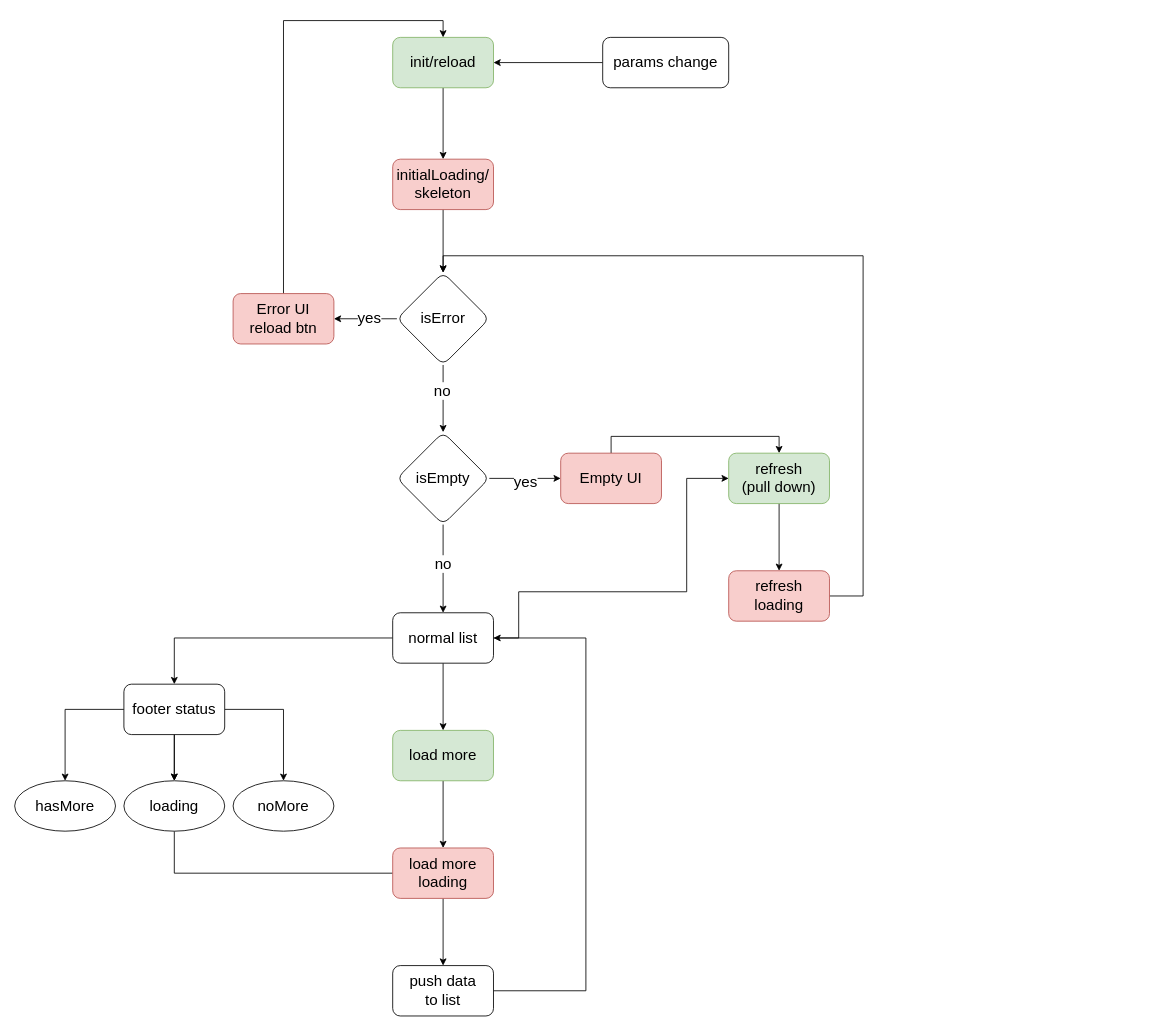
blankul/drawio keeps this draw.io diagram as list.drawio. Above is the earlier version. Source tidied: cells renumbered, new cells numbered last; positions are measured from the earlier drawing's top-left corner, leaving out a move shared by most shapes. Both pictures are drawn from the tidied source at 84%, with x=0, y=0 at pixel (14, 20).
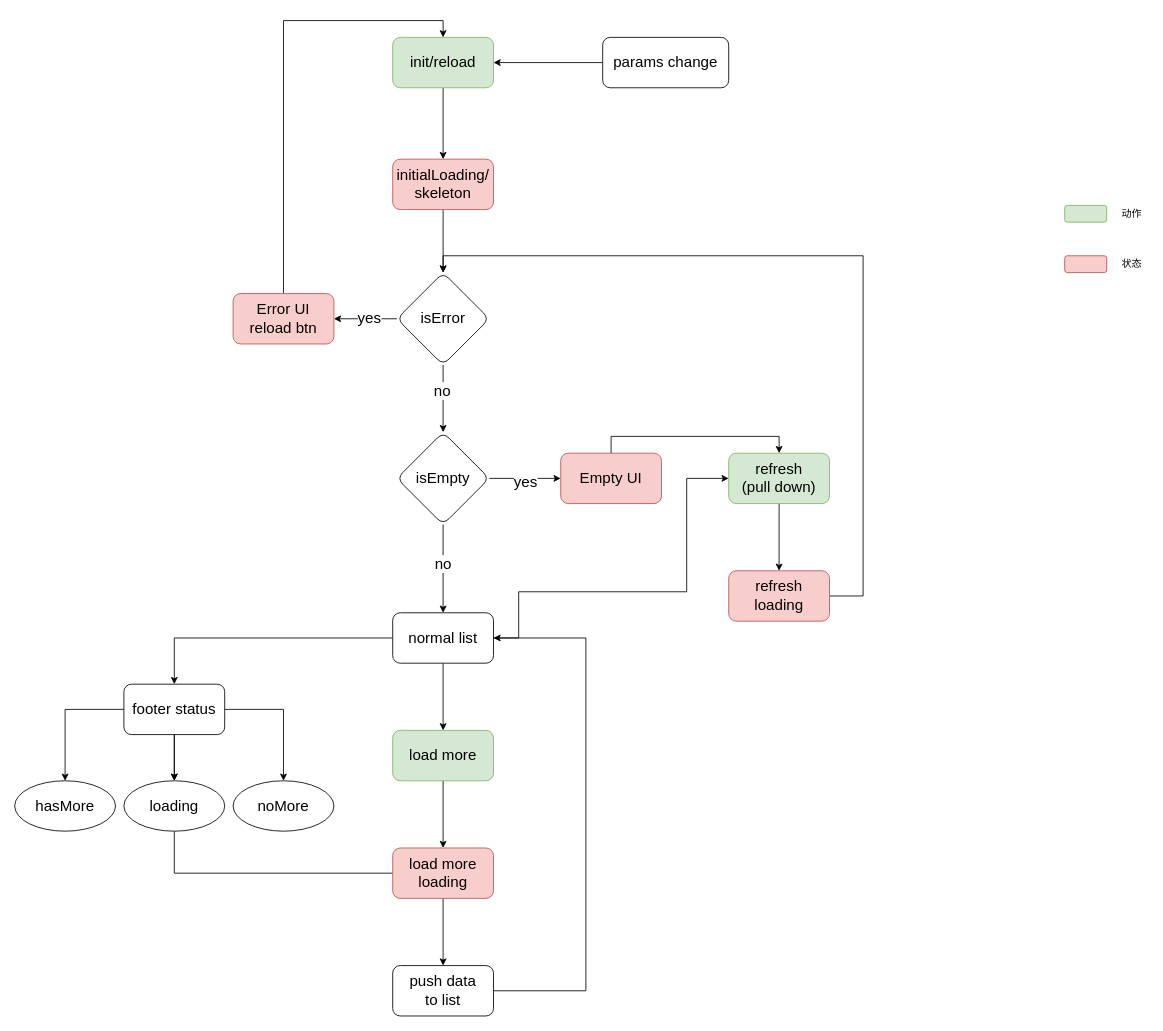
The same diagram, later.

Diff of the diagram source:
```diff
@@
+    <mxCell id="45" style="group;" parent="1" vertex="1">
+      <mxGeometry x="1250" y="220" width="100" height="20" as="geometry" />
+    </mxCell>
+    <mxCell id="46" style="rounded=1;whiteSpace=wrap;html=1;fillColor=#d5e8d4;strokeColor=#82b366;" parent="45" vertex="1">
+      <mxGeometry width="50" height="20" as="geometry" />
+    </mxCell>
+    <mxCell id="47" value="动作" style="text;html=1;strokeColor=none;fillColor=none;align=center;verticalAlign=middle;whiteSpace=wrap;rounded=0;" parent="45" vertex="1">
+      <mxGeometry x="60" width="40" height="20" as="geometry" />
+    </mxCell>
+    <mxCell id="48" style="group;" parent="1" vertex="1">
+      <mxGeometry x="1250" y="280" width="100" height="20" as="geometry" />
+    </mxCell>
+    <mxCell id="49" style="rounded=1;whiteSpace=wrap;html=1;fillColor=#f8cecc;strokeColor=#b85450;" parent="48" vertex="1">
+      <mxGeometry width="50" height="20" as="geometry" />
+    </mxCell>
+    <mxCell id="50" value="状态" style="text;html=1;strokeColor=none;fillColor=none;align=center;verticalAlign=middle;whiteSpace=wrap;rounded=0;" parent="48" vertex="1">
+      <mxGeometry x="60" width="40" height="20" as="geometry" />
+    </mxCell>
```
